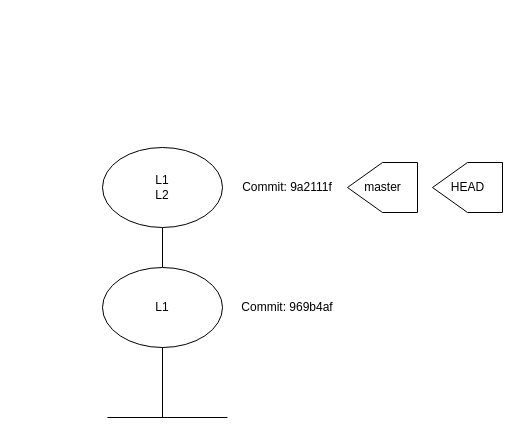
This is Untitled Diagram.drawio from agabhinav/git-basics, a draw.io file, before an edit. Source tidied: cells renumbered, new cells numbered last; positions are measured from the earlier drawing's top-left corner, leaving out a move shared by most shapes. Both pictures are drawn from the tidied source at 100%, with x=0, y=0 at pixel (102, 147).
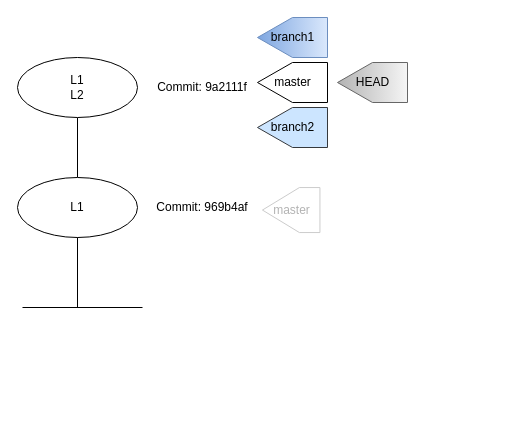
The same diagram, later.

What changed in the source:
```diff
@@
 <mxGraphModel>
   <root>
     <mxCell id="0" />
     <mxCell id="1" parent="0" />
     <mxCell id="2" style="edgeStyle=orthogonalEdgeStyle;rounded=0;jettySize=auto;html=1;endArrow=none;endFill=0;" parent="1" edge="1" source="3" target="4">
       <mxGeometry relative="1" as="geometry" />
     </mxCell>
     <mxCell id="3" value="L1" style="ellipse;whiteSpace=wrap;html=1;" parent="1" vertex="1">
-      <mxGeometry y="120" width="120" height="80" as="geometry" />
+      <mxGeometry x="-85" y="30" width="120" height="60" as="geometry" />
     </mxCell>
     <mxCell id="4" value="L1&lt;br&gt;L2" style="ellipse;whiteSpace=wrap;html=1;" parent="1" vertex="1">
-      <mxGeometry width="120" height="80" as="geometry" />
+      <mxGeometry x="-85" y="-90" width="120" height="60" as="geometry" />
     </mxCell>
     <mxCell id="5" value="Commit:&amp;nbsp;969b4af" style="text;html=1;strokeColor=none;fillColor=none;align=center;verticalAlign=middle;whiteSpace=wrap;rounded=0;" parent="1" vertex="1">
-      <mxGeometry x="130" y="145" width="110" height="30" as="geometry" />
+      <mxGeometry x="45" y="45" width="110" height="30" as="geometry" />
     </mxCell>
     <mxCell id="6" value="Commit:&amp;nbsp;9a2111f" style="text;html=1;strokeColor=none;fillColor=none;align=center;verticalAlign=middle;whiteSpace=wrap;rounded=0;" parent="1" vertex="1">
-      <mxGeometry x="130" y="25" width="110" height="30" as="geometry" />
+      <mxGeometry x="45" y="-75" width="110" height="30" as="geometry" />
     </mxCell>
-    <mxCell id="7" value="HEAD" style="verticalLabelPosition=middle;verticalAlign=middle;html=1;shape=offPageConnector;rounded=0;size=0.5;rotation=90;labelPosition=center;align=center;horizontal=0;" parent="1" vertex="1">
-      <mxGeometry x="340" y="5" width="50" height="70" as="geometry" />
-    </mxCell>
-    <mxCell id="8" value="master" style="verticalLabelPosition=middle;verticalAlign=middle;html=1;shape=offPageConnector;rounded=0;size=0.5;rotation=90;labelPosition=center;align=center;horizontal=0;" parent="1" vertex="1">
-      <mxGeometry x="255" y="5" width="50" height="70" as="geometry" />
-    </mxCell>
     <mxCell id="9" style="endArrow=none;html=1;rounded=0;entryX=0.5;entryY=1;entryDx=0;entryDy=0;" parent="1" edge="1" target="3">
       <mxGeometry relative="1" as="geometry">
-        <mxPoint x="60" y="270" as="sourcePoint" />
+        <mxPoint x="-25" y="160" as="sourcePoint" />
       </mxGeometry>
     </mxCell>
     <mxCell id="10" style="endArrow=none;html=1;rounded=0;" parent="1" edge="1">
       <mxGeometry relative="1" as="geometry">
-        <mxPoint x="5" y="270" as="sourcePoint" />
-        <mxPoint x="125" y="270" as="targetPoint" />
+        <mxPoint x="-80" y="160" as="sourcePoint" />
+        <mxPoint x="40" y="160" as="targetPoint" />
       </mxGeometry>
     </mxCell>
+    <mxCell id="11" value="master" style="verticalLabelPosition=middle;verticalAlign=middle;html=1;shape=offPageConnector;rounded=0;size=0.6428571428571429;rotation=90;labelPosition=center;align=center;horizontal=0;strokeColor=#CCCCCC;fontColor=#B3B3B3;" parent="1" vertex="1">
+      <mxGeometry x="166.2" y="33.8" width="45" height="57.5" as="geometry" />
+    </mxCell>
+    <mxCell id="12" value="branch1" style="verticalLabelPosition=middle;verticalAlign=middle;html=1;shape=offPageConnector;rounded=0;size=0.5;rotation=90;labelPosition=center;align=center;horizontal=0;fillColor=#dae8fc;gradientColor=#7ea6e0;strokeColor=#6c8ebf;" parent="1" vertex="1">
+      <mxGeometry x="170" y="-145" width="40" height="70" as="geometry" />
+    </mxCell>
+    <mxCell id="13" value="branch2" style="verticalLabelPosition=middle;verticalAlign=middle;html=1;shape=offPageConnector;rounded=0;size=0.5;rotation=90;labelPosition=center;align=center;horizontal=0;fillColor=#cce5ff;strokeColor=#36393d;" parent="1" vertex="1">
+      <mxGeometry x="170" y="-55" width="40" height="70" as="geometry" />
+    </mxCell>
+    <mxCell id="8" value="master" style="verticalLabelPosition=middle;verticalAlign=middle;html=1;shape=offPageConnector;rounded=0;size=0.5;rotation=90;labelPosition=center;align=center;horizontal=0;" parent="1" vertex="1">
+      <mxGeometry x="170" y="-100" width="40" height="70" as="geometry" />
+    </mxCell>
+    <mxCell id="7" value="HEAD" style="verticalLabelPosition=middle;verticalAlign=middle;html=1;shape=offPageConnector;rounded=0;size=0.5;rotation=90;labelPosition=center;align=center;horizontal=0;fillColor=#f5f5f5;gradientColor=#b3b3b3;strokeColor=#666666;" parent="1" vertex="1">
+      <mxGeometry x="250" y="-100" width="40" height="70" as="geometry" />
+    </mxCell>
   </root>
 </mxGraphModel>
```
